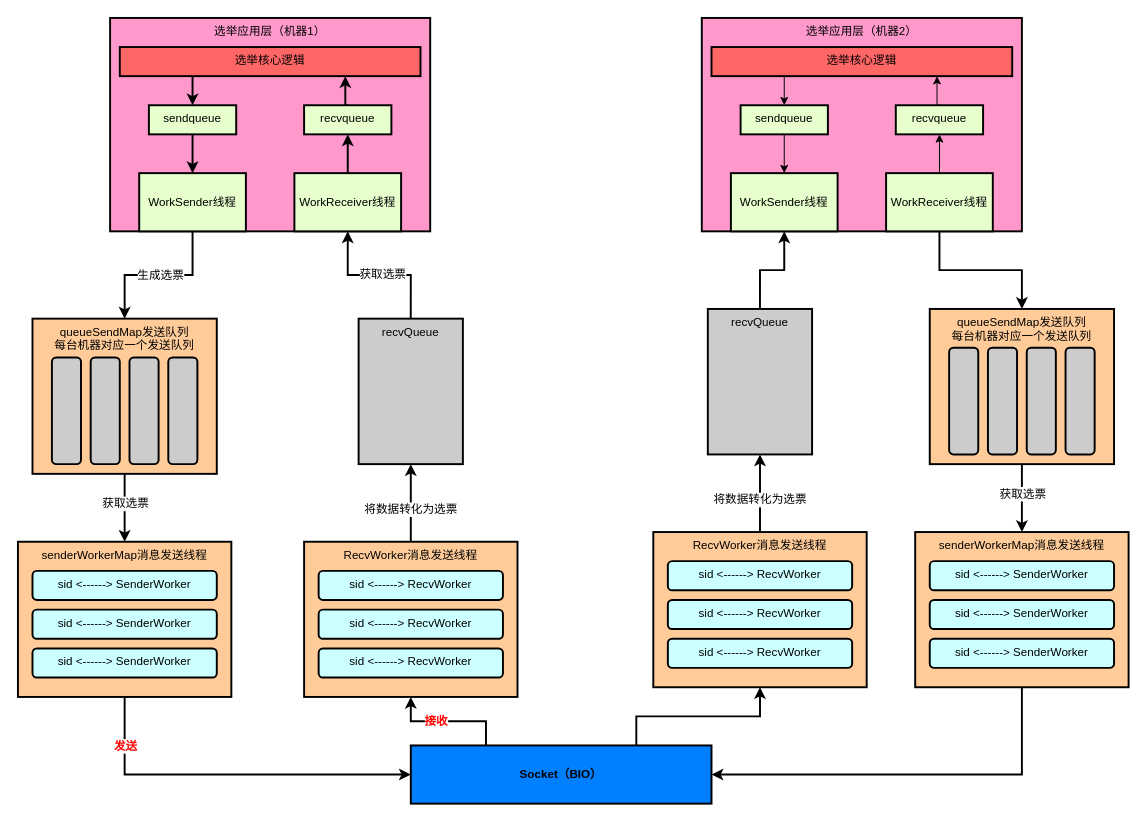
This is page "leader选举多层队列架构" (2 of 2) of zookeeper/Zookeeper.drawio from LiHuiBin1995/study-java, a draw.io file, before an edit. Source tidied: cells renumbered, new cells numbered last; positions are measured from the earlier drawing's top-left corner, leaving out a move shared by most shapes. Both pictures are drawn from the tidied source at 97%, with x=0, y=0 at pixel (17, 17).
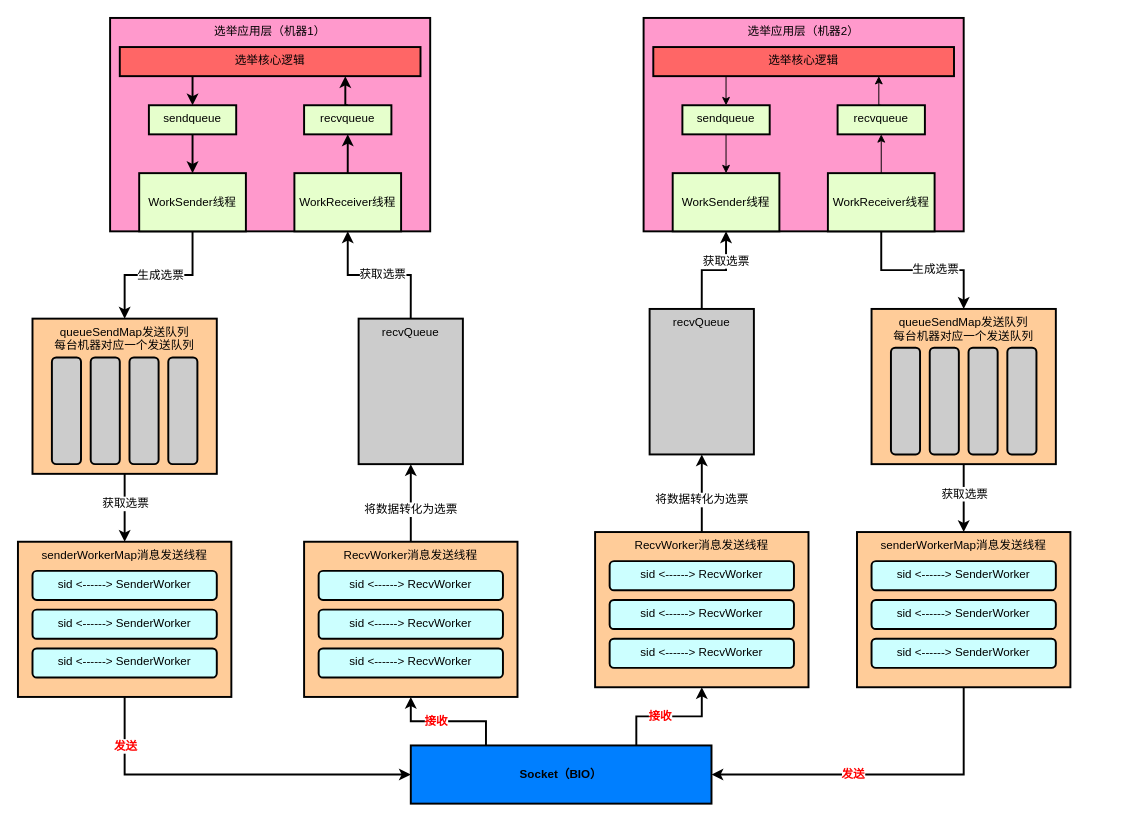
After the change.

The change refers to these unchanged cells:
```xml
<mxCell id="23" style="edgeStyle=orthogonalEdgeStyle;rounded=0;jettySize=auto;html=1;exitX=0.5;exitY=1;exitDx=0;exitDy=0;entryX=0.5;entryY=0;entryDx=0;entryDy=0;fontSize=12;fontColor=#000000;strokeWidth=2;" parent="1" edge="1" source="24" target="53">
  <mxGeometry relative="1" as="geometry" />
</mxCell>
<mxCell id="40" style="edgeStyle=orthogonalEdgeStyle;rounded=0;jettySize=auto;html=1;exitX=0.75;exitY=0;exitDx=0;exitDy=0;entryX=0.5;entryY=1;entryDx=0;entryDy=0;fontSize=12;fontColor=#000000;strokeWidth=2;" parent="1" edge="1" source="41" target="65">
  <mxGeometry relative="1" as="geometry" />
</mxCell>
<mxCell id="58" style="edgeStyle=orthogonalEdgeStyle;rounded=0;jettySize=auto;html=1;exitX=0.5;exitY=1;exitDx=0;exitDy=0;entryX=1;entryY=0.5;entryDx=0;entryDy=0;fontSize=12;fontColor=#000000;strokeWidth=2;" parent="1" edge="1" source="59" target="41">
  <mxGeometry relative="1" as="geometry" />
</mxCell>
<mxCell id="69" style="edgeStyle=orthogonalEdgeStyle;rounded=0;jettySize=auto;html=1;exitX=0.5;exitY=0;exitDx=0;exitDy=0;entryX=0.5;entryY=1;entryDx=0;entryDy=0;fontSize=12;fontColor=#000000;strokeWidth=2;" parent="1" edge="1" source="70" target="21">
  <mxGeometry relative="1" as="geometry" />
</mxCell>
```

The edit, as a diff of the source:
```diff
@@
     <mxCell id="14" value="选举应用层（机器2）" style="rounded=0;whiteSpace=wrap;html=1;fontSize=12;align=center;verticalAlign=top;fillColor=#FF99CC;strokeWidth=2;" parent="1" vertex="1">
-      <mxGeometry x="705" width="330" height="220" as="geometry" />
+      <mxGeometry x="645" width="330" height="220" as="geometry" />
     </mxCell>
@@
     <mxCell id="16" value="选举核心逻辑" style="rounded=0;whiteSpace=wrap;html=1;fontSize=12;strokeWidth=2;fillColor=#FF6666;align=center;verticalAlign=top;" parent="1" vertex="1">
-      <mxGeometry x="715" y="30" width="310" height="30" as="geometry" />
+      <mxGeometry x="655" y="30" width="310" height="30" as="geometry" />
     </mxCell>
@@
     <mxCell id="18" value="sendqueue" style="rounded=0;whiteSpace=wrap;html=1;fontSize=12;strokeWidth=2;fillColor=#E6FFCC;align=center;verticalAlign=top;" parent="1" vertex="1">
-      <mxGeometry x="745" y="90" width="90" height="30" as="geometry" />
+      <mxGeometry x="685" y="90" width="90" height="30" as="geometry" />
     </mxCell>
@@
     <mxCell id="20" value="recvqueue" style="rounded=0;whiteSpace=wrap;html=1;fontSize=12;strokeWidth=2;fillColor=#E6FFCC;align=center;verticalAlign=top;" parent="1" vertex="1">
-      <mxGeometry x="905" y="90" width="90" height="30" as="geometry" />
+      <mxGeometry x="845" y="90" width="90" height="30" as="geometry" />
     </mxCell>
     <mxCell id="21" value="WorkSender线程" style="rounded=0;whiteSpace=wrap;html=1;fontSize=12;strokeWidth=2;fillColor=#E6FFCC;align=center;verticalAlign=middle;" parent="1" vertex="1">
-      <mxGeometry x="735" y="160" width="110" height="60" as="geometry" />
+      <mxGeometry x="675" y="160" width="110" height="60" as="geometry" />
     </mxCell>
@@
+    <mxCell id="71" value="生成选票" style="edgeLabel;html=1;align=center;verticalAlign=middle;fontSize=12;fontColor=#000000;" parent="23" vertex="1">
+      <mxGeometry x="0.15" y="2" relative="1" as="geometry" />
+    </mxCell>
     <mxCell id="24" value="WorkReceiver线程" style="rounded=0;whiteSpace=wrap;html=1;fontSize=12;strokeWidth=2;fillColor=#E6FFCC;align=center;verticalAlign=middle;" parent="1" vertex="1">
-      <mxGeometry x="895" y="160" width="110" height="60" as="geometry" />
+      <mxGeometry x="835" y="160" width="110" height="60" as="geometry" />
     </mxCell>
@@
+    <mxCell id="72" value="接收" style="edgeLabel;html=1;align=center;verticalAlign=middle;fontSize=12;fontColor=#FF0000;fontStyle=1;" parent="40" vertex="1">
+      <mxGeometry x="-0.15" y="1" relative="1" as="geometry" />
+    </mxCell>
@@
     <mxCell id="53" value="queueSendMap发送队列&lt;br&gt;每台机器对应一个发送队列" style="rounded=0;whiteSpace=wrap;html=1;fontSize=12;strokeWidth=2;fillColor=#FFCC99;align=center;verticalAlign=top;" parent="1" vertex="1">
-      <mxGeometry x="940" y="300" width="190" height="160" as="geometry" />
+      <mxGeometry x="880" y="300" width="190" height="160" as="geometry" />
     </mxCell>
     <mxCell id="54" style="rounded=1;whiteSpace=wrap;html=1;fontSize=12;strokeWidth=2;fillColor=#CCCCCC;align=center;verticalAlign=top;" parent="1" vertex="1">
-      <mxGeometry x="960" y="340" width="30" height="110" as="geometry" />
+      <mxGeometry x="900" y="340" width="30" height="110" as="geometry" />
     </mxCell>
     <mxCell id="55" style="rounded=1;whiteSpace=wrap;html=1;fontSize=12;strokeWidth=2;fillColor=#CCCCCC;align=center;verticalAlign=top;" parent="1" vertex="1">
-      <mxGeometry x="1000" y="340" width="30" height="110" as="geometry" />
+      <mxGeometry x="940" y="340" width="30" height="110" as="geometry" />
     </mxCell>
     <mxCell id="56" style="rounded=1;whiteSpace=wrap;html=1;fontSize=12;strokeWidth=2;fillColor=#CCCCCC;align=center;verticalAlign=top;" parent="1" vertex="1">
-      <mxGeometry x="1040" y="340" width="30" height="110" as="geometry" />
+      <mxGeometry x="980" y="340" width="30" height="110" as="geometry" />
     </mxCell>
     <mxCell id="57" style="rounded=1;whiteSpace=wrap;html=1;fontSize=12;strokeWidth=2;fillColor=#CCCCCC;align=center;verticalAlign=top;" parent="1" vertex="1">
-      <mxGeometry x="1080" y="340" width="30" height="110" as="geometry" />
+      <mxGeometry x="1020" y="340" width="30" height="110" as="geometry" />
     </mxCell>
@@
+    <mxCell id="73" value="发送" style="edgeLabel;html=1;align=center;verticalAlign=middle;fontSize=12;fontColor=#FF0000;fontStyle=1;" parent="58" vertex="1">
+      <mxGeometry x="0.17" y="-1" relative="1" as="geometry" />
+    </mxCell>
     <mxCell id="59" value="senderWorkerMap消息发送线程" style="rounded=0;whiteSpace=wrap;html=1;fontSize=12;strokeWidth=2;fillColor=#FFCC99;align=center;verticalAlign=top;" parent="1" vertex="1">
-      <mxGeometry x="925" y="530" width="220" height="160" as="geometry" />
+      <mxGeometry x="865" y="530" width="220" height="160" as="geometry" />
     </mxCell>
     <mxCell id="60" value="sid &amp;lt;------&amp;gt; SenderWorker" style="rounded=1;whiteSpace=wrap;html=1;fontSize=12;strokeWidth=2;fillColor=#CCFFFF;align=center;verticalAlign=top;" parent="1" vertex="1">
-      <mxGeometry x="940" y="560" width="190" height="30" as="geometry" />
+      <mxGeometry x="880" y="560" width="190" height="30" as="geometry" />
     </mxCell>
     <mxCell id="61" value="sid &amp;lt;------&amp;gt; SenderWorker" style="rounded=1;whiteSpace=wrap;html=1;fontSize=12;strokeWidth=2;fillColor=#CCFFFF;align=center;verticalAlign=top;" parent="1" vertex="1">
-      <mxGeometry x="940" y="600" width="190" height="30" as="geometry" />
+      <mxGeometry x="880" y="600" width="190" height="30" as="geometry" />
     </mxCell>
     <mxCell id="62" value="sid &amp;lt;------&amp;gt; SenderWorker" style="rounded=1;whiteSpace=wrap;html=1;fontSize=12;strokeWidth=2;fillColor=#CCFFFF;align=center;verticalAlign=top;" parent="1" vertex="1">
-      <mxGeometry x="940" y="640" width="190" height="30" as="geometry" />
+      <mxGeometry x="880" y="640" width="190" height="30" as="geometry" />
     </mxCell>
@@
     <mxCell id="65" value="RecvWorker消息发送线程" style="rounded=0;whiteSpace=wrap;html=1;fontSize=12;strokeWidth=2;fillColor=#FFCC99;align=center;verticalAlign=top;" parent="1" vertex="1">
-      <mxGeometry x="655" y="530" width="220" height="160" as="geometry" />
+      <mxGeometry x="595" y="530" width="220" height="160" as="geometry" />
     </mxCell>
     <mxCell id="66" value="sid &amp;lt;------&amp;gt; RecvWorker" style="rounded=1;whiteSpace=wrap;html=1;fontSize=12;strokeWidth=2;fillColor=#CCFFFF;align=center;verticalAlign=top;" parent="1" vertex="1">
-      <mxGeometry x="670" y="560" width="190" height="30" as="geometry" />
+      <mxGeometry x="610" y="560" width="190" height="30" as="geometry" />
     </mxCell>
     <mxCell id="67" value="sid &amp;lt;------&amp;gt; RecvWorker" style="rounded=1;whiteSpace=wrap;html=1;fontSize=12;strokeWidth=2;fillColor=#CCFFFF;align=center;verticalAlign=top;" parent="1" vertex="1">
-      <mxGeometry x="670" y="600" width="190" height="30" as="geometry" />
+      <mxGeometry x="610" y="600" width="190" height="30" as="geometry" />
     </mxCell>
     <mxCell id="68" value="sid &amp;lt;------&amp;gt; RecvWorker" style="rounded=1;whiteSpace=wrap;html=1;fontSize=12;strokeWidth=2;fillColor=#CCFFFF;align=center;verticalAlign=top;" parent="1" vertex="1">
-      <mxGeometry x="670" y="640" width="190" height="30" as="geometry" />
+      <mxGeometry x="610" y="640" width="190" height="30" as="geometry" />
     </mxCell>
@@
+    <mxCell id="74" value="获取选票" style="edgeLabel;html=1;align=center;verticalAlign=middle;fontSize=12;fontColor=#000000;" parent="69" vertex="1">
+      <mxGeometry x="0.14" relative="1" as="geometry">
+        <mxPoint x="5" y="-10" as="offset" />
+      </mxGeometry>
+    </mxCell>
     <mxCell id="70" value="recvQueue" style="rounded=0;whiteSpace=wrap;html=1;fontSize=12;strokeWidth=2;fillColor=#CCCCCC;align=center;verticalAlign=top;" parent="1" vertex="1">
-      <mxGeometry x="711.2" y="300" width="107.5" height="150" as="geometry" />
+      <mxGeometry x="651.2" y="300" width="107.5" height="150" as="geometry" />
     </mxCell>
```
